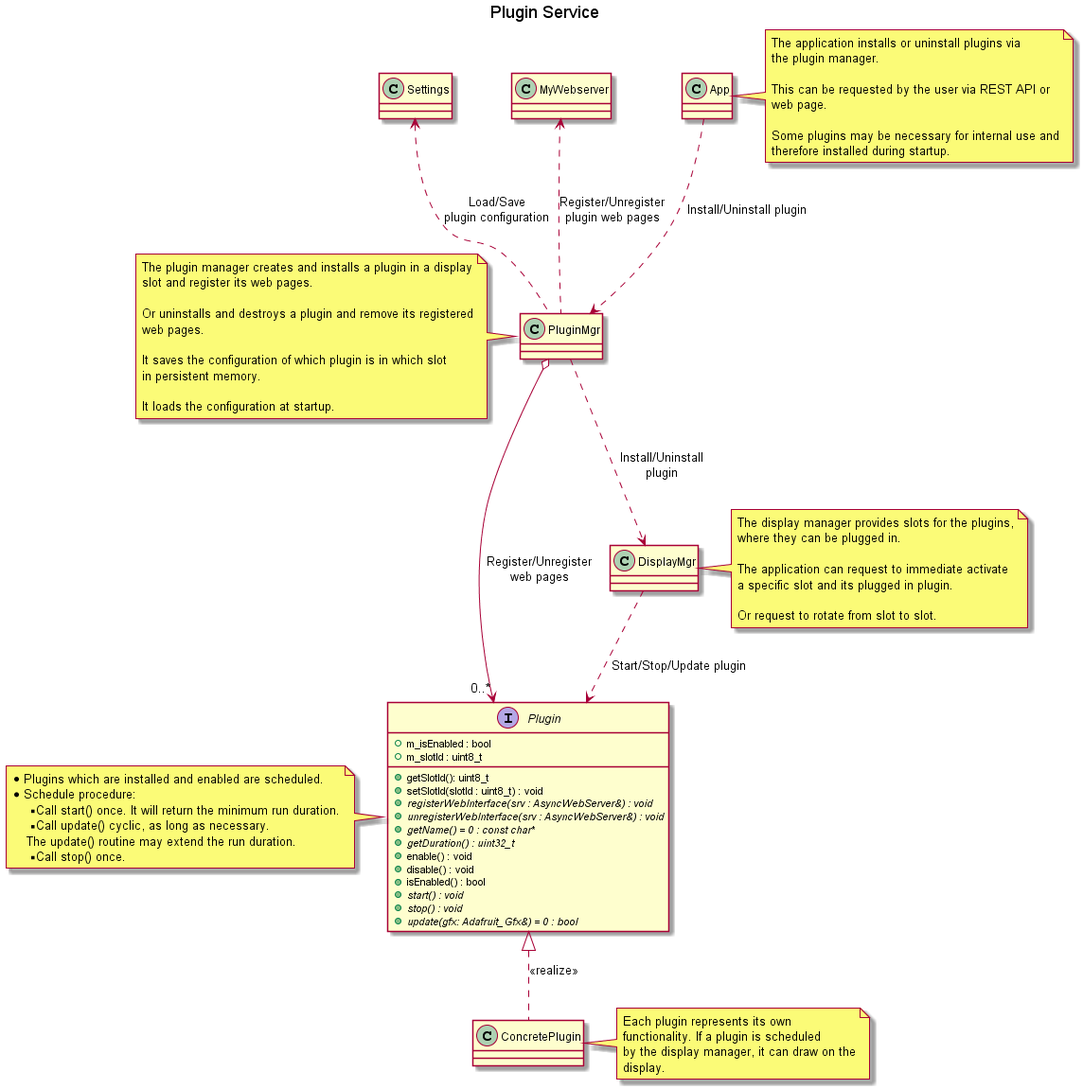
Above: doc/design/plugin-service.png in BlueAndi/Pixelix (PlantUML), before the change. Its diagram source:
```plantuml
@startuml

title Plugin Service

interface "Plugin" as plugin {

    + m_isEnabled : bool
    + m_slotId : uint8_t
    + getSlotId(): uint8_t
    + setSlotId(slotId : uint8_t) : void
    + {abstract} registerWebInterface(srv : AsyncWebServer&) : void
    + {abstract} unregisterWebInterface(srv : AsyncWebServer&) : void
    + {abstract} getName() = 0 : const char*
    + {abstract} getDuration() : uint32_t
    + enable() : void
    + disable() : void
    + isEnabled() : bool
    + {abstract} start() : void
    + {abstract} stop() : void
    + {abstract} update(gfx: Adafruit_Gfx&) = 0 : bool
}

note left of plugin
    * Plugins which are installed and enabled are scheduled.
    * Schedule procedure:
    ** Call start() once. It will return the minimum run duration.
    ** Call update() cyclic, as long as necessary.
        The update() routine may extend the run duration.
    ** Call stop() once.
end note

class "PluginMgr" as pluginMgr
class "DisplayMgr" as displayMgr
class "MyWebserver" as myWebserver
class "App" as app
class "ConcretePlugin" as concretePlugin
class "Settings" as settings

app ..> pluginMgr: Install/Uninstall plugin

note right of app
    The application installs or uninstall plugins via
    the plugin manager.

    This can be requested by the user via REST API or
    web page.

    Some plugins may be necessary for internal use and
    therefore installed during startup.
end note

plugin <|.. concretePlugin: <<realize>>

note right of concretePlugin
    Each plugin represents its own
    functionality. If a plugin is scheduled
    by the display manager, it can draw on the
    display.
end note

displayMgr ..> plugin: Start/Stop/Update plugin

note right of displayMgr
    The display manager provides slots for the plugins,
    where they can be plugged in.

    The application can request to immediate activate
    a specific slot and its plugged in plugin.

    Or request to rotate from slot to slot.
end note

pluginMgr ..> displayMgr: Install/Uninstall\nplugin
pluginMgr o--> "0..*" plugin: Register/Unregister\nweb pages
pluginMgr .u.> myWebserver: Register/Unregister\nplugin web pages
pluginMgr .u.> settings: Load/Save\nplugin configuration

note left of pluginMgr
    The plugin manager creates and installs a plugin in a display
    slot and register its web pages.

    Or uninstalls and destroys a plugin and remove its registered
    web pages.

    It saves the configuration of which plugin is in which slot
    in persistent memory.

    It loads the configuration at startup.
end note

@enduml
```
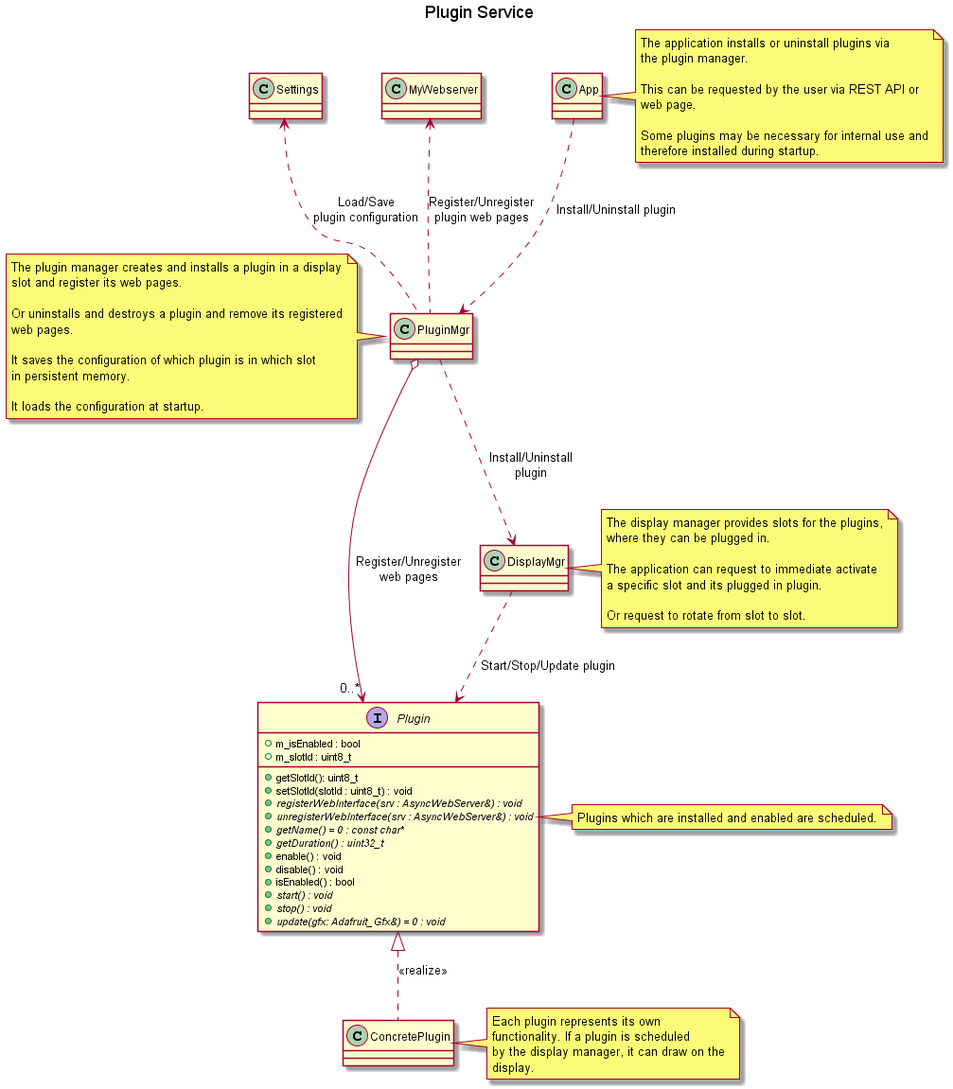
The same diagram one commit later.

What changed in the source:
```diff
@@ -17,16 +17,11 @@
     + isEnabled() : bool
     + {abstract} start() : void
     + {abstract} stop() : void
-    + {abstract} update(gfx: Adafruit_Gfx&) = 0 : bool
+    + {abstract} update(gfx: Adafruit_Gfx&) = 0 : void
 }
 
-note left of plugin
-    * Plugins which are installed and enabled are scheduled.
-    * Schedule procedure:
-    ** Call start() once. It will return the minimum run duration.
-    ** Call update() cyclic, as long as necessary.
-        The update() routine may extend the run duration.
-    ** Call stop() once.
+note right of plugin
+    Plugins which are installed and enabled are scheduled.
 end note
 
 class "PluginMgr" as pluginMgr
```
